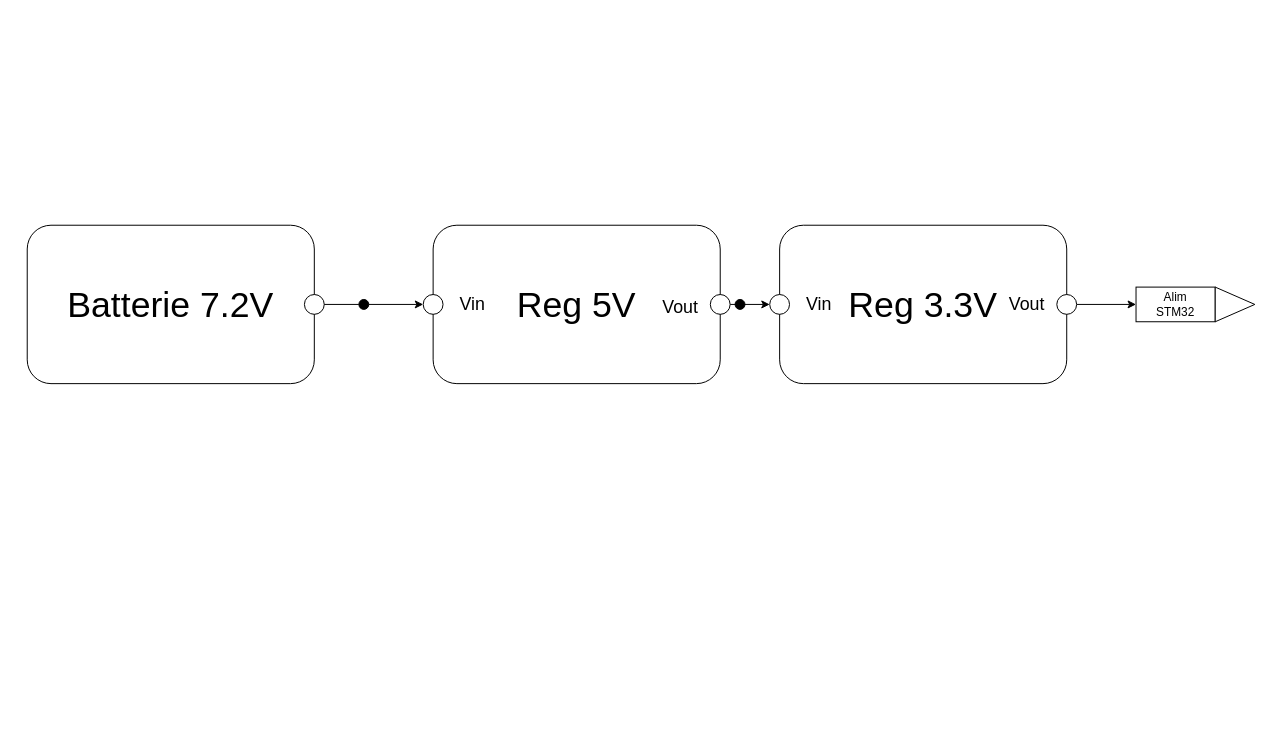
Earlier version of the draw.io diagram Electronics/System Diagram/src/SchemaArchitecturalAlim.drawio (SamiAsfary/Project_ESE). Source tidied: cells renumbered, new cells numbered last; positions are measured from the earlier drawing's top-left corner, leaving out a move shared by most shapes. Both pictures are drawn from the tidied source at 99%, with x=0, y=0 at pixel (27, 225).
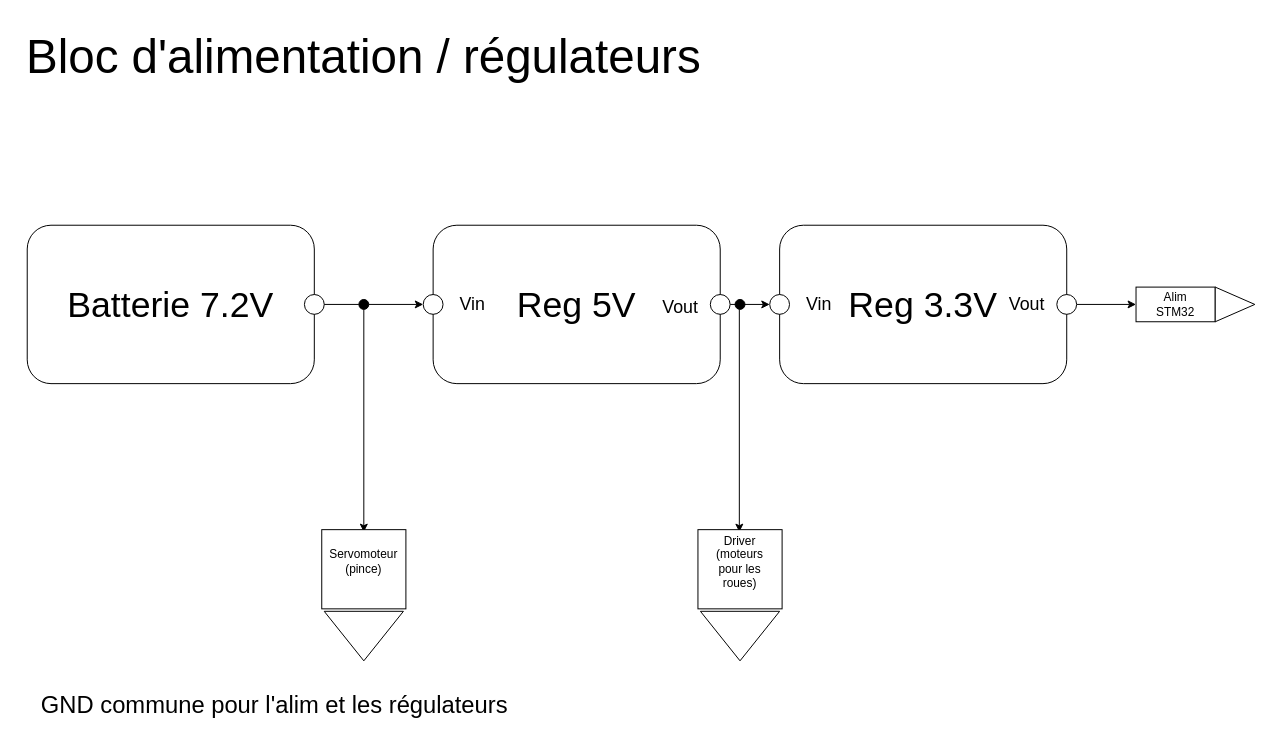
After the change.

The change refers to these unchanged cells:
```xml
<mxCell id="21" style="ellipse;whiteSpace=wrap;html=1;fontSize=36;fillColor=#000000;" parent="1" vertex="1">
  <mxGeometry x="335" y="75" width="10" height="10" as="geometry" />
</mxCell>
```

Diff of the diagram source:
```diff
@@
+    <mxCell id="28" value="&lt;font style=&quot;font-size: 48px;&quot;&gt;Bloc d'alimentation / régulateurs&lt;/font&gt;" style="text;html=1;strokeColor=none;fillColor=none;align=center;verticalAlign=middle;whiteSpace=wrap;rounded=0;" parent="1" vertex="1">
+      <mxGeometry x="-10" y="-210" width="700" height="80" as="geometry" />
+    </mxCell>
+    <mxCell id="29" style="endArrow=classic;html=1;rounded=0;fontSize=48;exitX=0.5;exitY=1;exitDx=0;exitDy=0;strokeColor=#000000;" parent="1" edge="1" source="21">
+      <mxGeometry relative="1" as="geometry">
+        <mxPoint x="340" y="310" as="targetPoint" />
+      </mxGeometry>
+    </mxCell>
+    <mxCell id="30" style="endArrow=classic;html=1;rounded=0;fontSize=48;exitX=0.5;exitY=1;exitDx=0;exitDy=0;strokeColor=#000000;" parent="1" edge="1">
+      <mxGeometry relative="1" as="geometry">
+        <mxPoint x="719.3" y="85" as="sourcePoint" />
+        <mxPoint x="719.3" y="310" as="targetPoint" />
+      </mxGeometry>
+    </mxCell>
+    <mxCell id="31" style="rounded=0;whiteSpace=wrap;html=1;rotation=90;" parent="1" vertex="1">
+      <mxGeometry x="300" y="305" width="80" height="85" as="geometry" />
+    </mxCell>
+    <mxCell id="32" style="triangle;whiteSpace=wrap;html=1;direction=south;" parent="1" vertex="1">
+      <mxGeometry x="300" y="390" width="80" height="50" as="geometry" />
+    </mxCell>
+    <mxCell id="33" value="&lt;font style=&quot;font-size: 12px;&quot;&gt;Servomoteur&lt;br&gt;(pince)&lt;/font&gt;" style="text;html=1;strokeColor=none;fillColor=none;align=center;verticalAlign=middle;whiteSpace=wrap;rounded=0;" parent="1" vertex="1">
+      <mxGeometry x="310" y="325" width="60" height="30" as="geometry" />
+    </mxCell>
+    <mxCell id="34" style="rounded=0;whiteSpace=wrap;html=1;rotation=90;" parent="1" vertex="1">
+      <mxGeometry x="680" y="305" width="80" height="85" as="geometry" />
+    </mxCell>
+    <mxCell id="35" style="triangle;whiteSpace=wrap;html=1;direction=south;" parent="1" vertex="1">
+      <mxGeometry x="680" y="390" width="80" height="50" as="geometry" />
+    </mxCell>
+    <mxCell id="36" value="Driver&lt;br&gt;(moteurs pour les roues)" style="text;html=1;strokeColor=none;fillColor=none;align=center;verticalAlign=middle;whiteSpace=wrap;rounded=0;" parent="1" vertex="1">
+      <mxGeometry x="690" y="325" width="60" height="30" as="geometry" />
+    </mxCell>
+    <mxCell id="37" value="&lt;font style=&quot;font-size: 24px;&quot;&gt;GND commune pour l'alim et les régulateurs&lt;/font&gt;" style="text;html=1;strokeColor=none;fillColor=none;align=center;verticalAlign=middle;whiteSpace=wrap;rounded=0;fontSize=12;" parent="1" vertex="1">
+      <mxGeometry y="470" width="500" height="30" as="geometry" />
+    </mxCell>
```
